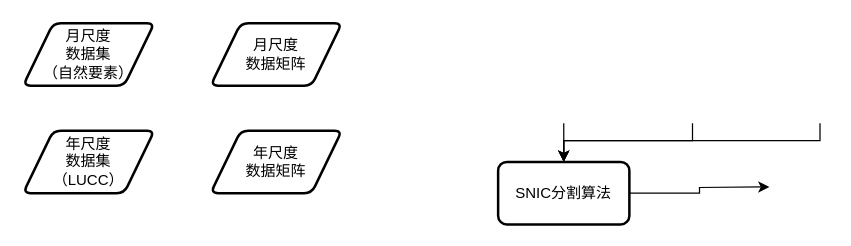
Before: LAI因果网络构建策略.drawio in THRILLERLEMON/Draw.IO, a draw.io diagram. Source tidied: cells renumbered, new cells numbered last; positions are measured from the earlier drawing's top-left corner, leaving out a move shared by most shapes. Both pictures are drawn from the tidied source at 125%, with x=0, y=0 at pixel (22, 22).
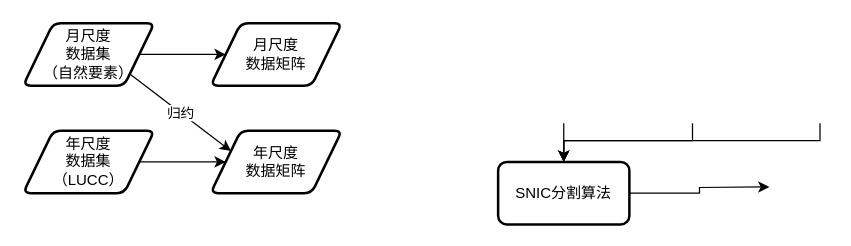
The same diagram, later.

Commit message (it also covers changes not shown here):
Update LAI因果网络构建策略.drawio

The change refers to these unchanged cells:
```xml
<mxCell id="2" value="年尺度&lt;br&gt;数据集&lt;br&gt;（LUCC）" style="shape=parallelogram;html=1;strokeWidth=2;perimeter=parallelogramPerimeter;whiteSpace=wrap;rounded=1;arcSize=12;size=0.23;fontFamily=仿宋;" parent="1" vertex="1">
  <mxGeometry y="86" width="105" height="50" as="geometry" />
</mxCell>
<mxCell id="8" value="&lt;font&gt;月尺度&lt;br&gt;数据集&lt;br&gt;（自然要素）&lt;br&gt;&lt;/font&gt;" style="shape=parallelogram;html=1;strokeWidth=2;perimeter=parallelogramPerimeter;whiteSpace=wrap;rounded=1;arcSize=12;size=0.23;fontFamily=仿宋;" parent="1" vertex="1">
  <mxGeometry width="105" height="50" as="geometry" />
</mxCell>
<mxCell id="9" value="&lt;font&gt;月尺度&lt;br&gt;数据矩阵&lt;br&gt;&lt;/font&gt;" style="shape=parallelogram;html=1;strokeWidth=2;perimeter=parallelogramPerimeter;whiteSpace=wrap;rounded=1;arcSize=12;size=0.23;fontFamily=仿宋;" parent="1" vertex="1">
  <mxGeometry x="150" width="105" height="50" as="geometry" />
</mxCell>
<mxCell id="10" value="&lt;font&gt;年尺度&lt;br&gt;数据矩阵&lt;br&gt;&lt;/font&gt;" style="shape=parallelogram;html=1;strokeWidth=2;perimeter=parallelogramPerimeter;whiteSpace=wrap;rounded=1;arcSize=12;size=0.23;fontFamily=仿宋;" parent="1" vertex="1">
  <mxGeometry x="150" y="86" width="105" height="50" as="geometry" />
</mxCell>
```

Diff of the diagram source:
```diff
@@
+    <mxCell id="11" style="edgeStyle=orthogonalEdgeStyle;rounded=0;jettySize=auto;html=1;exitX=1;exitY=0.5;exitDx=0;exitDy=0;entryX=0;entryY=0.5;entryDx=0;entryDy=0;" parent="1" edge="1" source="2" target="10">
+      <mxGeometry relative="1" as="geometry" />
+    </mxCell>
@@
+    <mxCell id="12" style="edgeStyle=orthogonalEdgeStyle;rounded=0;jettySize=auto;html=1;exitX=1;exitY=0.5;exitDx=0;exitDy=0;entryX=0;entryY=0.5;entryDx=0;entryDy=0;" parent="1" edge="1" source="8" target="9">
+      <mxGeometry relative="1" as="geometry" />
+    </mxCell>
@@
+    <mxCell id="13" style="endArrow=classic;html=1;exitX=1;exitY=1;exitDx=0;exitDy=0;entryX=0;entryY=0.25;entryDx=0;entryDy=0;" parent="1" edge="1" source="8" target="10">
+      <mxGeometry relative="1" as="geometry" />
+    </mxCell>
+    <mxCell id="14" value="归约" style="edgeLabel;html=1;align=center;verticalAlign=middle;" parent="13" vertex="1">
+      <mxGeometry relative="1" as="geometry" />
+    </mxCell>
```
